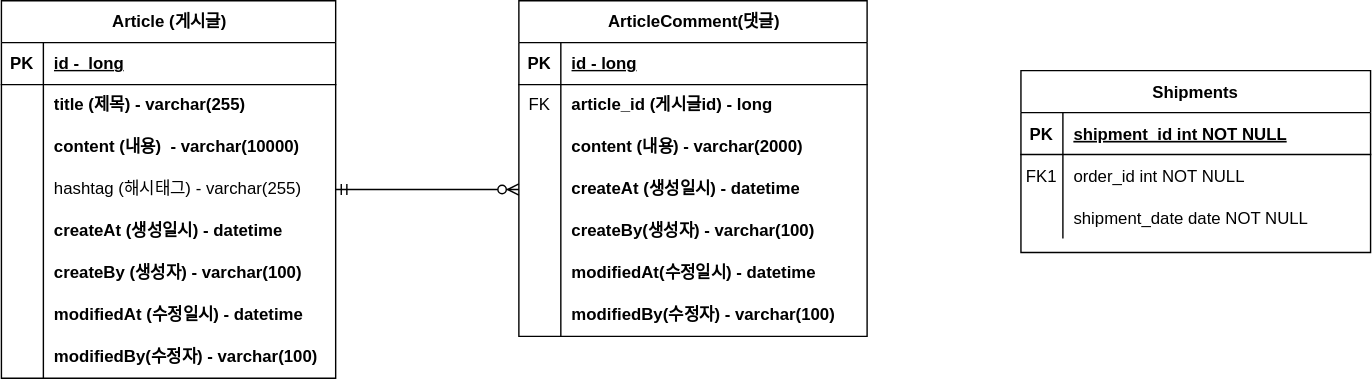
Before: document/project-board-erd.svg, a diagram exported from draw.io (taegyun0903/CRUD_board). Source tidied: cells renumbered, new cells last; positions are measured from the earlier drawing's top-left corner, leaving out a move shared by most shapes.
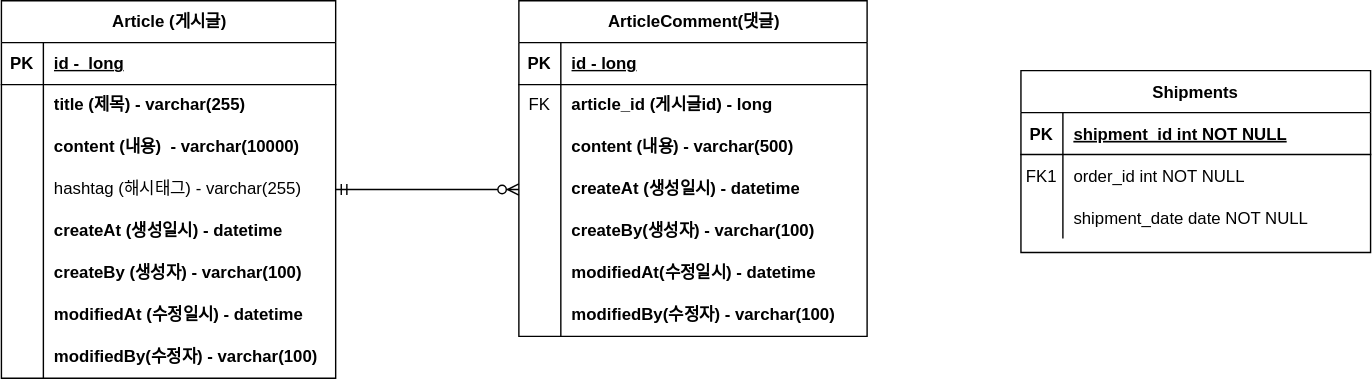
After the commit.

Change to the diagram source:
```diff
@@ -134,7 +134,7 @@
     <mxCell id="45" style="shape=partialRectangle;fillColor=none;top=0;left=0;bottom=0;right=0;overflow=hidden;whiteSpace=wrap;html=1;" parent="44" vertex="1">
       <mxGeometry width="30" height="30" as="geometry" />
     </mxCell>
-    <mxCell id="46" value="content (내용) - varchar(2000)" style="shape=partialRectangle;fillColor=none;top=0;left=0;bottom=0;right=0;align=left;spacingLeft=6;overflow=hidden;whiteSpace=wrap;html=1;fontStyle=1;" parent="44" vertex="1">
+    <mxCell id="46" value="content (내용) - varchar(500)" style="shape=partialRectangle;fillColor=none;top=0;left=0;bottom=0;right=0;align=left;spacingLeft=6;overflow=hidden;whiteSpace=wrap;html=1;fontStyle=1;" parent="44" vertex="1">
       <mxGeometry x="30" width="219" height="30" as="geometry" />
     </mxCell>
     <mxCell id="47" style="shape=tableRow;horizontal=0;startSize=0;swimlaneHead=0;swimlaneBody=0;fillColor=none;points=[[0,0.5],[1,0.5]];portConstraint=eastwest;top=0;left=0;right=0;bottom=0;" parent="37" vertex="1">
```
